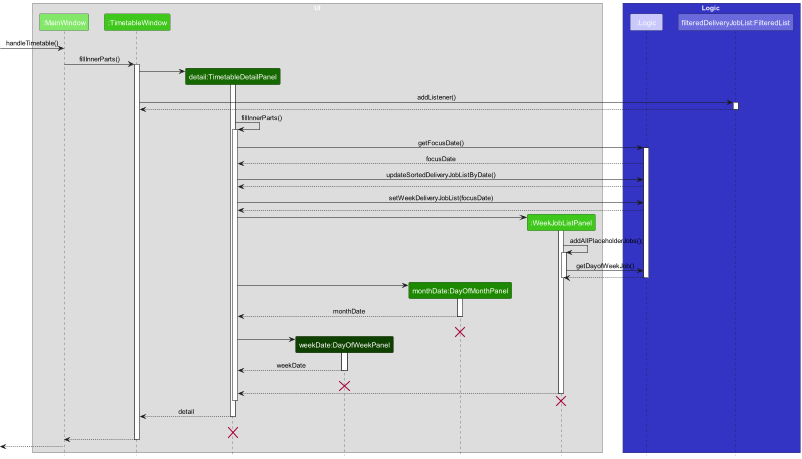
nus-cs2103-AY2223S2/tp keeps this PlantUML diagram as docs/images/UiSequenceDiagramTimetableWindow.png. Above is the earlier version. Its source is kept beside it as docs/diagrams/UiSequenceDiagramTimetableWindow.puml. Its diagram source:
```plantuml
@startuml
!include style.puml

box UI
participant ":MainWindow" as MainWindow UI_COLOR_T1
participant ":TimetableWindow" as TimetableWindow UI_COLOR_T2
participant "detail:TimetableDetailPanel" as TimetableDetailPanel UI_COLOR_T3
participant "weekDate:DayOfWeekPanel" as DayOfWeekPanel UI_COLOR_T4
participant "monthDate:DayOfMonthPanel" as DayOfMonthPanel UI_COLOR
participant ":WeekJobListPanel" as WeekJobListPanel UI_COLOR_T2
end box

box Logic LOGIC_COLOR
participant ":Logic" as Logic LOGIC_COLOR_T1
participant "filteredDeliveryJobList:FilteredList" as FilteredList LOGIC_COLOR_T2
end box

[-> MainWindow : handleTimetable()

MainWindow -> TimetableWindow : fillInnerParts()


activate TimetableWindow

create TimetableDetailPanel
TimetableWindow -> TimetableDetailPanel
activate TimetableDetailPanel


TimetableWindow -> FilteredList : addListener()
activate FilteredList
FilteredList --> TimetableWindow
deactivate FilteredList

TimetableDetailPanel -> TimetableDetailPanel : fillInnerParts()
activate TimetableDetailPanel
TimetableDetailPanel -> Logic : getFocusDate()
activate Logic
Logic --> TimetableDetailPanel : focusDate
TimetableDetailPanel -> Logic : updateSortedDeliveryJobListByDate()
Logic --> TimetableDetailPanel
TimetableDetailPanel -> Logic : setWeekDeliveryJobList(focusDate)
Logic --> TimetableDetailPanel



create WeekJobListPanel
TimetableDetailPanel -> WeekJobListPanel

activate WeekJobListPanel

WeekJobListPanel -> WeekJobListPanel : addAllPlaceholderJobs();


activate WeekJobListPanel
WeekJobListPanel -> Logic : getDayofWeekJob()
Logic --> WeekJobListPanel
deactivate Logic




deactivate WeekJobListPanel

create DayOfMonthPanel
TimetableDetailPanel -> DayOfMonthPanel
activate DayOfMonthPanel
DayOfMonthPanel --> TimetableDetailPanel : monthDate
deactivate DayOfMonthPanel
DayOfMonthPanel -[hidden]-> TimetableDetailPanel : monthDate
destroy DayOfMonthPanel

create DayOfWeekPanel
TimetableDetailPanel -> DayOfWeekPanel
activate DayOfWeekPanel
DayOfWeekPanel --> TimetableDetailPanel : weekDate
deactivate DayOfWeekPanel
DayOfWeekPanel -[hidden]-> TimetableDetailPanel : weekDate
destroy DayOfWeekPanel

WeekJobListPanel --> TimetableDetailPanel
deactivate WeekJobListPanel
WeekJobListPanel -[hidden]-> TimetableDetailPanel
destroy WeekJobListPanel
deactivate TimetableDetailPanel




TimetableDetailPanel --> TimetableWindow : detail
deactivate TimetableDetailPanel
TimetableDetailPanel -[hidden]-> TimetableWindow : detail
destroy TimetableDetailPanel

TimetableWindow --> MainWindow
deactivate TimetableWindow

[<--MainWindow
deactivate MainWindow

@enduml
```
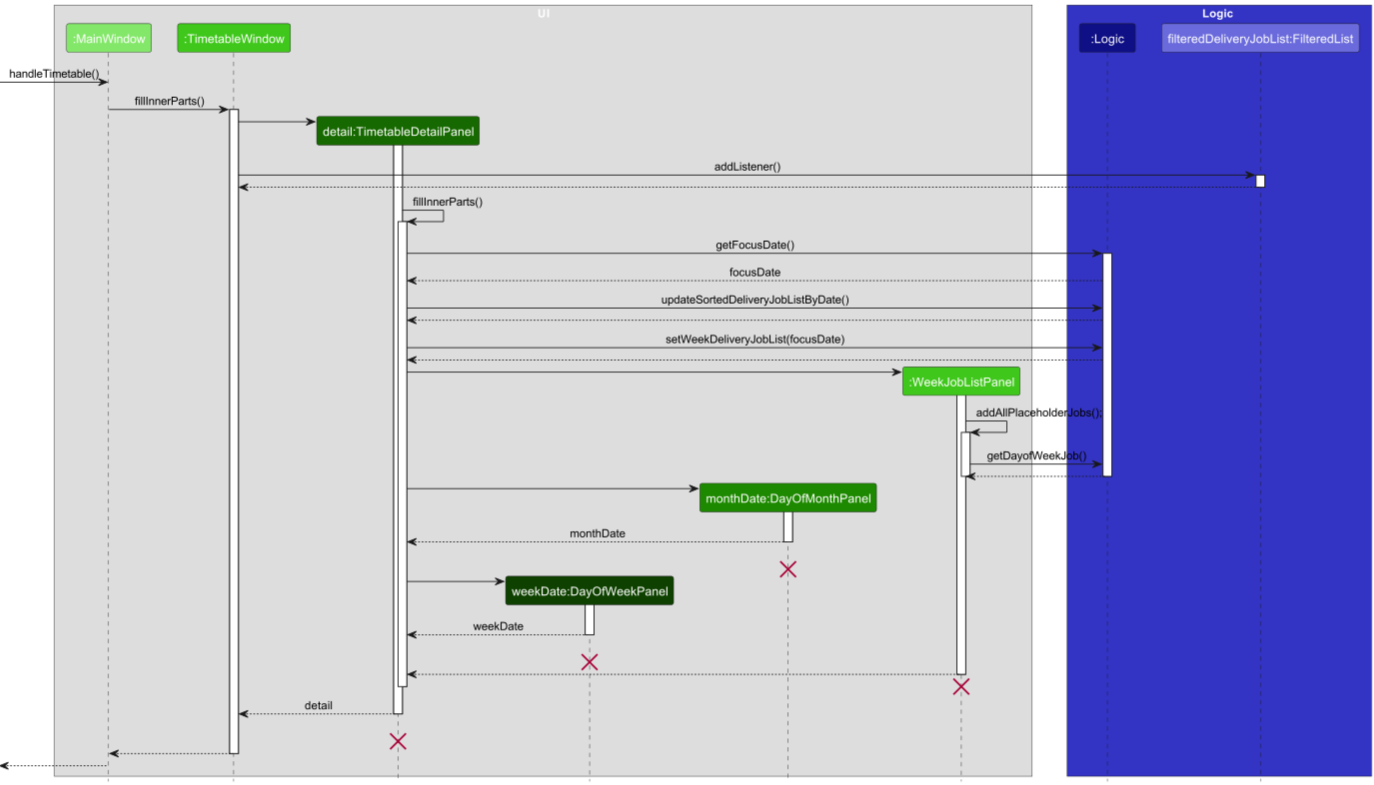
The same diagram one commit later.

The edit, as a diff of the source:
```diff
@@ -11,7 +11,7 @@
 end box
 
 box Logic LOGIC_COLOR
-participant ":Logic" as Logic LOGIC_COLOR_T1
+participant ":Logic" as Logic LOGIC_COLOR_T4
 participant "filteredDeliveryJobList:FilteredList" as FilteredList LOGIC_COLOR_T2
 end box
 
```
